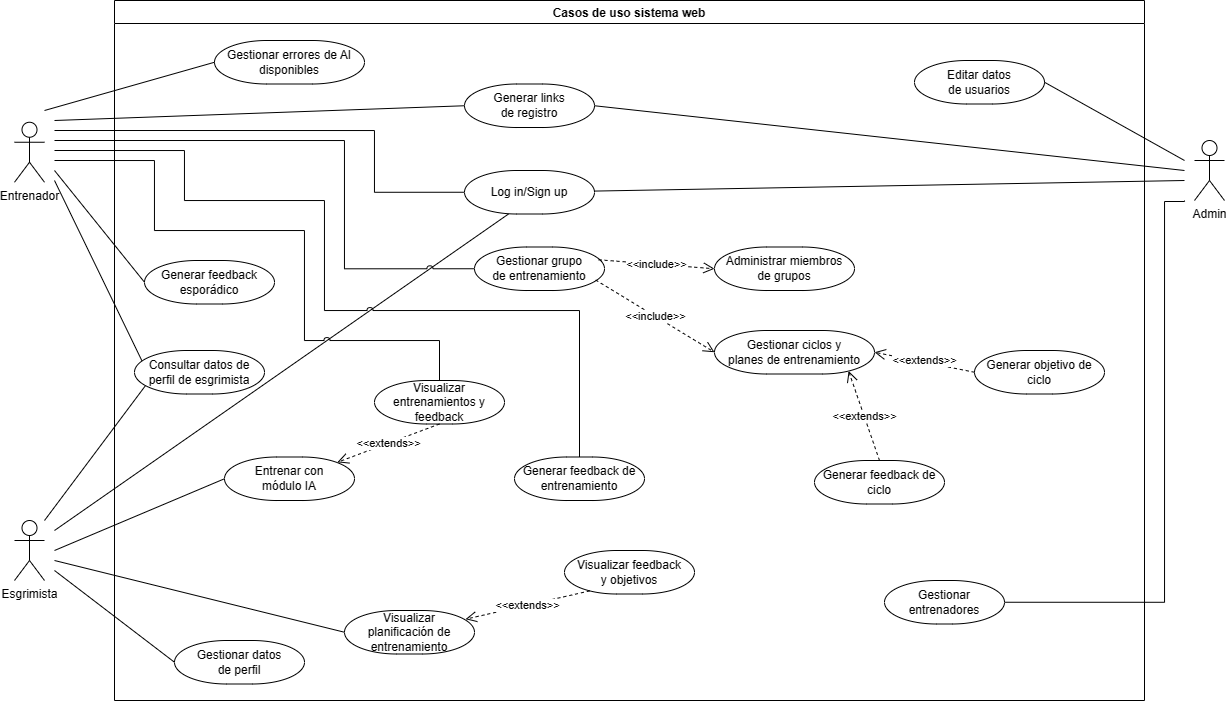
Earlier version of the draw.io export Requirements/casos_de_uso_web-app.png (Diego-Hiriart/Capstone_Hiriart-Corales-Samaniego). Source tidied: cells renumbered, new cells last; positions are measured from the earlier drawing's top-left corner, leaving out a move shared by most shapes.
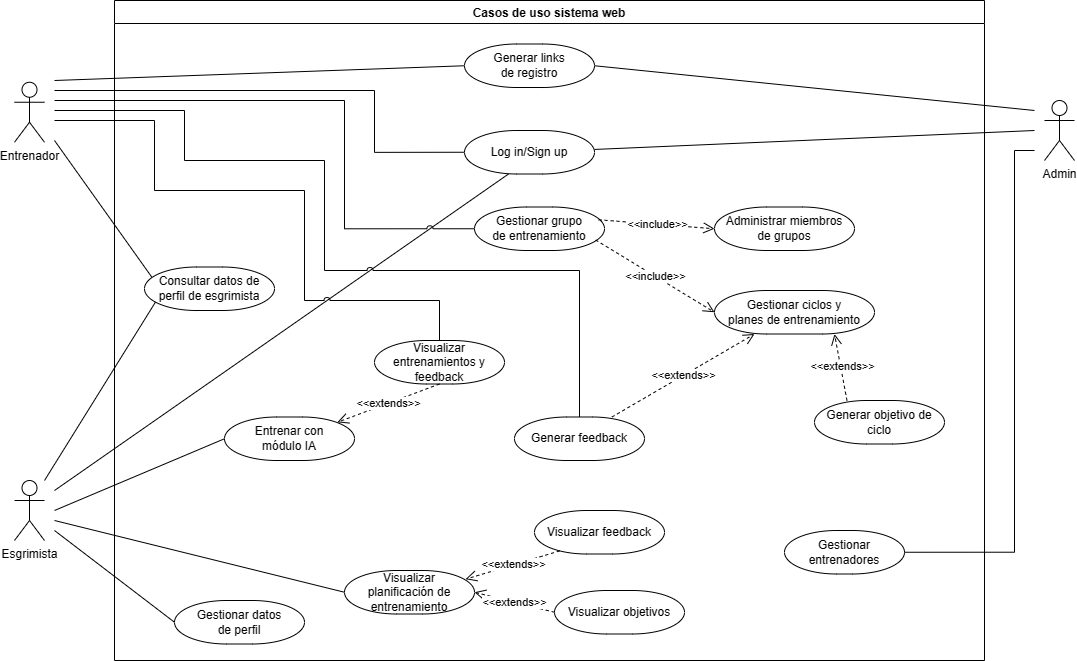
After the change.

Change to the diagram source:
```diff
@@ -3,28 +3,28 @@
     <mxCell id="0" />
     <mxCell id="1" parent="0" />
     <mxCell id="2" value="Casos de uso sistema web" style="swimlane;fillStyle=solid;swimlaneFillColor=default;" parent="1" vertex="1">
-      <mxGeometry x="100" width="1030" height="700" as="geometry" />
+      <mxGeometry x="100" y="40" width="870" height="660" as="geometry" />
     </mxCell>
-    <mxCell id="3" value="Generar links&lt;br&gt;de registro" style="rounded=1;whiteSpace=wrap;html=1;perimeterSpacing=0;arcSize=120;" parent="2" vertex="1">
-      <mxGeometry x="350" y="83.5" width="130" height="43.5" as="geometry" />
-    </mxCell>
-    <mxCell id="4" value="Gestionar errores de AI disponibles" style="rounded=1;whiteSpace=wrap;html=1;perimeterSpacing=0;arcSize=120;" parent="2" vertex="1">
-      <mxGeometry x="100" y="40" width="150" height="43.5" as="geometry" />
-    </mxCell>
-    <mxCell id="5" value="Editar datos&lt;br&gt;de usuarios" style="rounded=1;whiteSpace=wrap;html=1;perimeterSpacing=0;arcSize=120;" parent="2" vertex="1">
-      <mxGeometry x="800" y="60" width="130" height="43.5" as="geometry" />
-    </mxCell>
-    <mxCell id="6" value="Generar feedback de ciclo" style="rounded=1;whiteSpace=wrap;html=1;perimeterSpacing=0;arcSize=120;" parent="2" vertex="1">
-      <mxGeometry x="700" y="460" width="130" height="43.5" as="geometry" />
-    </mxCell>
+    <mxCell id="33" value="Visualizar feedback" style="rounded=1;whiteSpace=wrap;html=1;perimeterSpacing=0;arcSize=120;" parent="2" vertex="1">
+      <mxGeometry x="420" y="510" width="130" height="43.5" as="geometry" />
+    </mxCell>
+    <mxCell id="30" value="Consultar datos de perfil de esgrimista" style="rounded=1;whiteSpace=wrap;html=1;perimeterSpacing=0;arcSize=120;" parent="2" vertex="1">
+      <mxGeometry x="30" y="266.5" width="130" height="43.5" as="geometry" />
+    </mxCell>
+    <mxCell id="47" value="Visualizar&amp;nbsp;objetivos" style="rounded=1;whiteSpace=wrap;html=1;perimeterSpacing=0;arcSize=120;" parent="2" vertex="1">
+      <mxGeometry x="440" y="590" width="130" height="43.5" as="geometry" />
+    </mxCell>
+    <mxCell id="37" value="Generar objetivo de ciclo" style="rounded=1;whiteSpace=wrap;html=1;perimeterSpacing=0;arcSize=120;" parent="2" vertex="1">
+      <mxGeometry x="700" y="400" width="130" height="43.5" as="geometry" />
+    </mxCell>
+    <mxCell id="45" value="Gestionar entrenadores" style="rounded=1;whiteSpace=wrap;html=1;perimeterSpacing=0;arcSize=120;" parent="2" vertex="1">
+      <mxGeometry x="670" y="530" width="120" height="43.5" as="geometry" />
+    </mxCell>
     <mxCell id="7" style="rounded=0;jettySize=auto;html=1;jumpStyle=arc;jumpSize=6;endArrow=none;endFill=0;" parent="1" edge="1" target="26">
       <mxGeometry relative="1" as="geometry">
-        <mxPoint x="1170" y="180" as="sourcePoint" />
+        <mxPoint x="1020" y="170" as="sourcePoint" />
       </mxGeometry>
     </mxCell>
-    <mxCell id="8" value="Admin" style="shape=umlActor;verticalLabelPosition=bottom;verticalAlign=top;html=1;" parent="1" vertex="1">
-      <mxGeometry x="1180" y="140" width="30" height="60" as="geometry" />
-    </mxCell>
     <mxCell id="9" style="rounded=0;jettySize=auto;html=1;jumpStyle=arc;jumpSize=6;entryX=0;entryY=0.5;entryDx=0;entryDy=0;endArrow=none;endFill=0;edgeStyle=orthogonalEdgeStyle;" parent="1" edge="1" target="26">
       <mxGeometry relative="1" as="geometry">
         <mxPoint x="40" y="130" as="sourcePoint" />
@@ -64,14 +64,9 @@
         </Array>
       </mxGeometry>
     </mxCell>
-    <mxCell id="16" style="rounded=0;jettySize=auto;html=1;entryX=1;entryY=0.5;entryDx=0;entryDy=0;jumpStyle=arc;jumpSize=6;endArrow=none;endFill=0;" parent="1" edge="1" target="5">
-      <mxGeometry relative="1" as="geometry">
-        <mxPoint x="1170" y="160" as="sourcePoint" />
-      </mxGeometry>
-    </mxCell>
     <mxCell id="17" style="rounded=0;jettySize=auto;html=1;entryX=1;entryY=0.5;entryDx=0;entryDy=0;jumpStyle=arc;jumpSize=6;endArrow=none;endFill=0;" parent="1" edge="1" target="3">
       <mxGeometry relative="1" as="geometry">
-        <mxPoint x="1170" y="170" as="sourcePoint" />
+        <mxPoint x="1020" y="150" as="sourcePoint" />
       </mxGeometry>
     </mxCell>
     <mxCell id="18" style="rounded=0;jettySize=auto;html=1;entryX=0;entryY=0.5;entryDx=0;entryDy=0;jumpStyle=arc;jumpSize=6;endArrow=none;endFill=0;" parent="1" edge="1" target="3">
@@ -118,21 +113,6 @@
         </Array>
       </mxGeometry>
     </mxCell>
-    <mxCell id="24" style="rounded=0;jettySize=auto;html=1;entryX=0;entryY=0.5;entryDx=0;entryDy=0;jumpStyle=arc;endArrow=none;endFill=0;" parent="1" edge="1" target="44">
-      <mxGeometry relative="1" as="geometry">
-        <mxPoint x="40" y="170" as="sourcePoint" />
-      </mxGeometry>
-    </mxCell>
-    <mxCell id="25" style="rounded=0;jettySize=auto;html=1;jumpStyle=arc;jumpSize=6;endArrow=none;endFill=0;entryX=1;entryY=0.5;entryDx=0;entryDy=0;edgeStyle=orthogonalEdgeStyle;" parent="1" edge="1" target="45">
-      <mxGeometry relative="1" as="geometry">
-        <mxPoint x="1170" y="200" as="sourcePoint" />
-        <Array as="points">
-          <mxPoint x="1170" y="201" />
-          <mxPoint x="1150" y="201" />
-          <mxPoint x="1150" y="602" />
-        </Array>
-      </mxGeometry>
-    </mxCell>
     <mxCell id="26" value="Log in/Sign up" style="rounded=1;whiteSpace=wrap;html=1;perimeterSpacing=0;arcSize=120;" parent="1" vertex="1">
       <mxGeometry x="450" y="170" width="130" height="43.5" as="geometry" />
     </mxCell>
@@ -145,18 +125,12 @@
     <mxCell id="29" value="Gestionar ciclos y &lt;br&gt;planes de entrenamiento" style="rounded=1;whiteSpace=wrap;html=1;perimeterSpacing=0;arcSize=120;" parent="1" vertex="1">
       <mxGeometry x="700" y="330" width="160" height="43.5" as="geometry" />
     </mxCell>
-    <mxCell id="30" value="Consultar datos de perfil de esgrimista" style="rounded=1;whiteSpace=wrap;html=1;perimeterSpacing=0;arcSize=120;" parent="1" vertex="1">
-      <mxGeometry x="120" y="350" width="130" height="43.5" as="geometry" />
-    </mxCell>
     <mxCell id="31" value="Visualizar &lt;br&gt;planificación de entrenamiento" style="rounded=1;whiteSpace=wrap;html=1;perimeterSpacing=0;arcSize=120;" parent="1" vertex="1">
       <mxGeometry x="330" y="610" width="130" height="43.5" as="geometry" />
     </mxCell>
     <mxCell id="32" value="Entrenar con&lt;br&gt;módulo IA" style="rounded=1;whiteSpace=wrap;html=1;perimeterSpacing=0;arcSize=120;" parent="1" vertex="1">
       <mxGeometry x="210" y="456.5" width="130" height="43.5" as="geometry" />
     </mxCell>
-    <mxCell id="33" value="Visualizar feedback&lt;br&gt;y objetivos" style="rounded=1;whiteSpace=wrap;html=1;perimeterSpacing=0;arcSize=120;" parent="1" vertex="1">
-      <mxGeometry x="550" y="550" width="130" height="43.5" as="geometry" />
-    </mxCell>
     <mxCell id="34" value="Visualizar entrenamientos y feedback" style="rounded=1;whiteSpace=wrap;html=1;perimeterSpacing=0;arcSize=120;" parent="1" vertex="1">
       <mxGeometry x="360" y="380" width="130" height="43.5" as="geometry" />
     </mxCell>
@@ -166,10 +140,7 @@
     <mxCell id="36" value="&amp;lt;&amp;lt;include&amp;gt;&amp;gt;" style="endArrow=open;endSize=9;endFill=0;html=1;rounded=0;dashed=1;exitX=0.932;exitY=0.759;exitDx=0;exitDy=0;exitPerimeter=0;entryX=0;entryY=0.5;entryDx=0;entryDy=0;" parent="1" edge="1" source="27" target="29">
       <mxGeometry relative="1" as="geometry" />
     </mxCell>
-    <mxCell id="37" value="Generar objetivo de ciclo" style="rounded=1;whiteSpace=wrap;html=1;perimeterSpacing=0;arcSize=120;" parent="1" vertex="1">
-      <mxGeometry x="960" y="350" width="130" height="43.5" as="geometry" />
-    </mxCell>
-    <mxCell id="38" value="&amp;lt;&amp;lt;extends&amp;gt;&amp;gt;" style="endArrow=open;endSize=9;endFill=0;html=1;rounded=0;dashed=1;entryX=1;entryY=0.5;entryDx=0;entryDy=0;exitX=0;exitY=0.5;exitDx=0;exitDy=0;" parent="1" edge="1" source="37" target="29">
+    <mxCell id="38" value="&amp;lt;&amp;lt;extends&amp;gt;&amp;gt;" style="endArrow=open;endSize=9;endFill=0;html=1;rounded=0;dashed=1;entryX=0.75;entryY=1;entryDx=0;entryDy=0;exitX=0.25;exitY=0;exitDx=0;exitDy=0;" parent="1" edge="1" source="37" target="29">
       <mxGeometry x="0.01" y="-2" relative="1" as="geometry" />
     </mxCell>
     <mxCell id="39" value="&amp;lt;&amp;lt;extends&amp;gt;&amp;gt;" style="endArrow=open;endSize=9;endFill=0;html=1;rounded=0;dashed=1;entryX=0.868;entryY=0.122;entryDx=0;entryDy=0;exitX=0.5;exitY=1;exitDx=0;exitDy=0;entryPerimeter=0;" parent="1" edge="1" source="34" target="32">
@@ -178,25 +149,32 @@
     <mxCell id="40" value="&amp;lt;&amp;lt;extends&amp;gt;&amp;gt;" style="endArrow=open;endSize=9;endFill=0;html=1;rounded=0;dashed=1;entryX=0.931;entryY=0.2;entryDx=0;entryDy=0;entryPerimeter=0;exitX=0.194;exitY=0.929;exitDx=0;exitDy=0;exitPerimeter=0;" parent="1" edge="1" source="33" target="31">
       <mxGeometry relative="1" as="geometry" />
     </mxCell>
-    <mxCell id="41" value="&amp;lt;&amp;lt;extends&amp;gt;&amp;gt;" style="endArrow=open;endSize=9;endFill=0;html=1;rounded=0;dashed=1;entryX=0.838;entryY=0.931;entryDx=0;entryDy=0;exitX=0.5;exitY=0;exitDx=0;exitDy=0;entryPerimeter=0;" parent="1" edge="1" source="6" target="29">
+    <mxCell id="41" value="&amp;lt;&amp;lt;extends&amp;gt;&amp;gt;" style="endArrow=open;endSize=9;endFill=0;html=1;rounded=0;dashed=1;entryX=0.25;entryY=1;entryDx=0;entryDy=0;exitX=0.75;exitY=0;exitDx=0;exitDy=0;" parent="1" edge="1" source="42" target="29">
       <mxGeometry relative="1" as="geometry" />
     </mxCell>
-    <mxCell id="42" value="Generar feedback de entrenamiento" style="rounded=1;whiteSpace=wrap;html=1;perimeterSpacing=0;arcSize=120;" parent="1" vertex="1">
+    <mxCell id="42" value="Generar feedback" style="rounded=1;whiteSpace=wrap;html=1;perimeterSpacing=0;arcSize=120;" parent="1" vertex="1">
       <mxGeometry x="500" y="456.5" width="130" height="43.5" as="geometry" />
     </mxCell>
     <mxCell id="43" value="Gestionar datos&lt;br&gt;de perfil" style="rounded=1;whiteSpace=wrap;html=1;perimeterSpacing=0;arcSize=120;" parent="1" vertex="1">
       <mxGeometry x="160" y="640" width="130" height="43.5" as="geometry" />
     </mxCell>
-    <mxCell id="44" value="Generar feedback esporádico" style="rounded=1;whiteSpace=wrap;html=1;perimeterSpacing=0;arcSize=120;" parent="1" vertex="1">
-      <mxGeometry x="130" y="260" width="130" height="43.5" as="geometry" />
-    </mxCell>
-    <mxCell id="45" value="Gestionar entrenadores" style="rounded=1;whiteSpace=wrap;html=1;perimeterSpacing=0;arcSize=120;" parent="1" vertex="1">
-      <mxGeometry x="870" y="580" width="120" height="43.5" as="geometry" />
-    </mxCell>
-    <mxCell id="46" style="rounded=0;jettySize=auto;html=1;entryX=0;entryY=0.5;entryDx=0;entryDy=0;jumpStyle=arc;jumpSize=6;endArrow=none;endFill=0;" parent="1" edge="1" target="4">
-      <mxGeometry relative="1" as="geometry">
-        <mxPoint x="30" y="110" as="sourcePoint" />
-      </mxGeometry>
-    </mxCell>
+    <mxCell id="48" value="&amp;lt;&amp;lt;extends&amp;gt;&amp;gt;" style="endArrow=open;endSize=9;endFill=0;html=1;rounded=0;dashed=1;entryX=1;entryY=0.5;entryDx=0;entryDy=0;exitX=0;exitY=0.5;exitDx=0;exitDy=0;" parent="1" edge="1" source="47" target="31">
+      <mxGeometry relative="1" as="geometry" />
+    </mxCell>
+    <mxCell id="3" value="Generar links&lt;br&gt;de registro" style="rounded=1;whiteSpace=wrap;html=1;perimeterSpacing=0;arcSize=120;" parent="1" vertex="1">
+      <mxGeometry x="450" y="83.5" width="130" height="43.5" as="geometry" />
+    </mxCell>
+    <mxCell id="8" value="Admin" style="shape=umlActor;verticalLabelPosition=bottom;verticalAlign=top;html=1;" parent="1" vertex="1">
+      <mxGeometry x="1030" y="140" width="30" height="60" as="geometry" />
+    </mxCell>
+    <mxCell id="49" style="edgeStyle=orthogonalEdgeStyle;rounded=0;jettySize=auto;html=1;exitX=1;exitY=0.5;exitDx=0;exitDy=0;endArrow=none;endFill=0;" parent="1" edge="1" source="45">
+      <mxGeometry relative="1" as="geometry">
+        <mxPoint x="1020" y="190" as="targetPoint" />
+        <Array as="points">
+          <mxPoint x="1000" y="592" />
+          <mxPoint x="1000" y="190" />
+        </Array>
+      </mxGeometry>
+    </mxCell>
   </root>
 </mxGraphModel>
```
